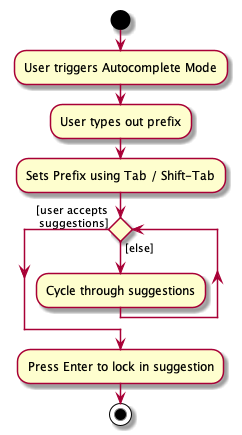
nus-cs2103-AY2021S1/tp keeps this PlantUML diagram as docs/images/AutocompleteActivityDiagram.png. Above is the earlier version. Source of this version:
```plantuml
@startuml

start
:User triggers Autocomplete Mode;
:User types out prefix;
:Sets Prefix using Tab / Shift-Tab;

while() is ([else])
:Cycle through suggestions;
endwhile ([user accepts\n suggestions])

:Press Enter to lock in suggestion;
stop
@enduml
```
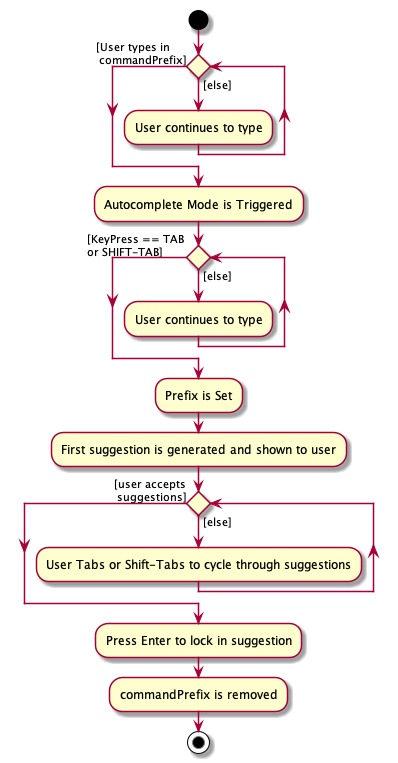
Later version of the same file.

Change to the diagram source:
```diff
@@ -1,14 +1,22 @@
 @startuml
 
 start
-:User triggers Autocomplete Mode;
-:User types out prefix;
-:Sets Prefix using Tab / Shift-Tab;
 
 while() is ([else])
-:Cycle through suggestions;
+:User continues to type;
+endwhile ([User types in\n commandPrefix])
+:Autocomplete Mode is Triggered;
+while() is ([else])
+:User continues to type;
+endwhile ([KeyPress == TAB \nor SHIFT-TAB])
+:Prefix is Set;
+:First suggestion is generated and shown to user;
+
+while() is ([else])
+:User Tabs or Shift-Tabs to cycle through suggestions;
 endwhile ([user accepts\n suggestions])
 
 :Press Enter to lock in suggestion;
+:commandPrefix is removed;
 stop
 @enduml
```
